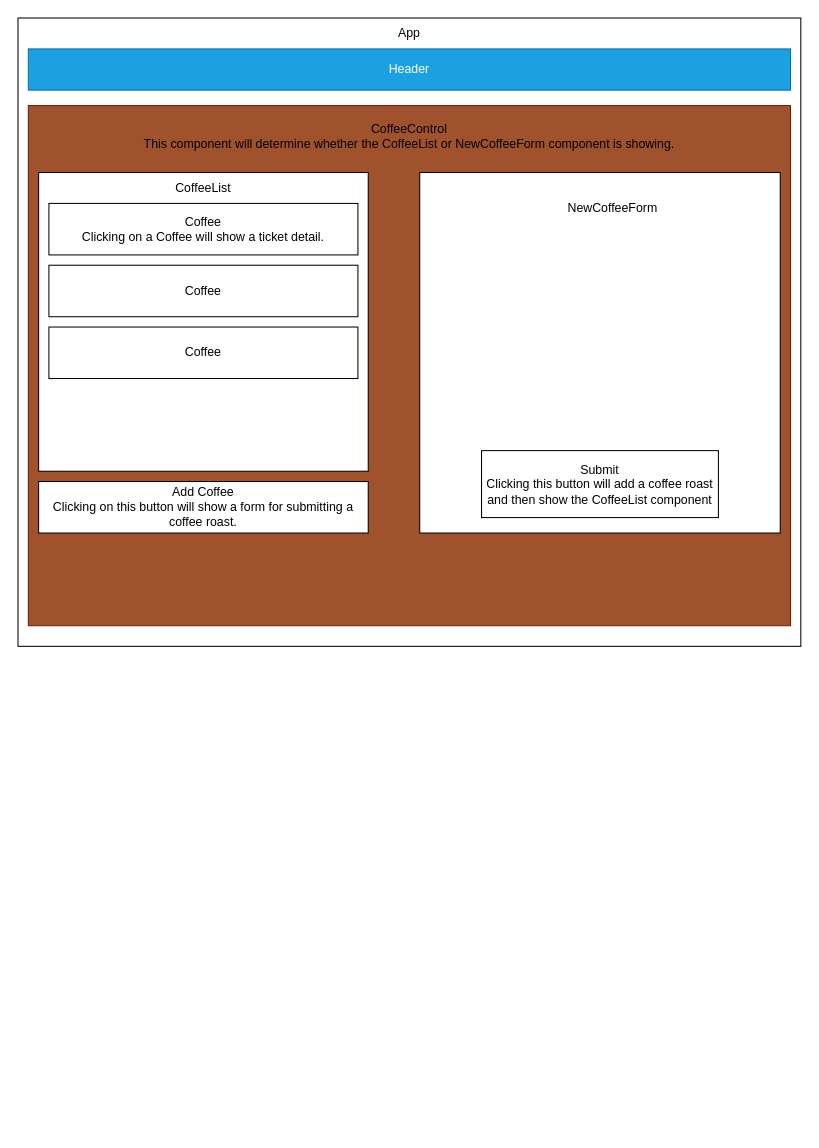
Above: appDiagram.drawio in ftolentino/inventory-tracker (draw.io), before the change. Source tidied: cells renumbered, new cells numbered last; positions are measured from the earlier drawing's top-left corner, leaving out a move shared by most shapes. Both pictures are drawn from the tidied source at 103%, with x=0, y=0 at pixel (18, 18).
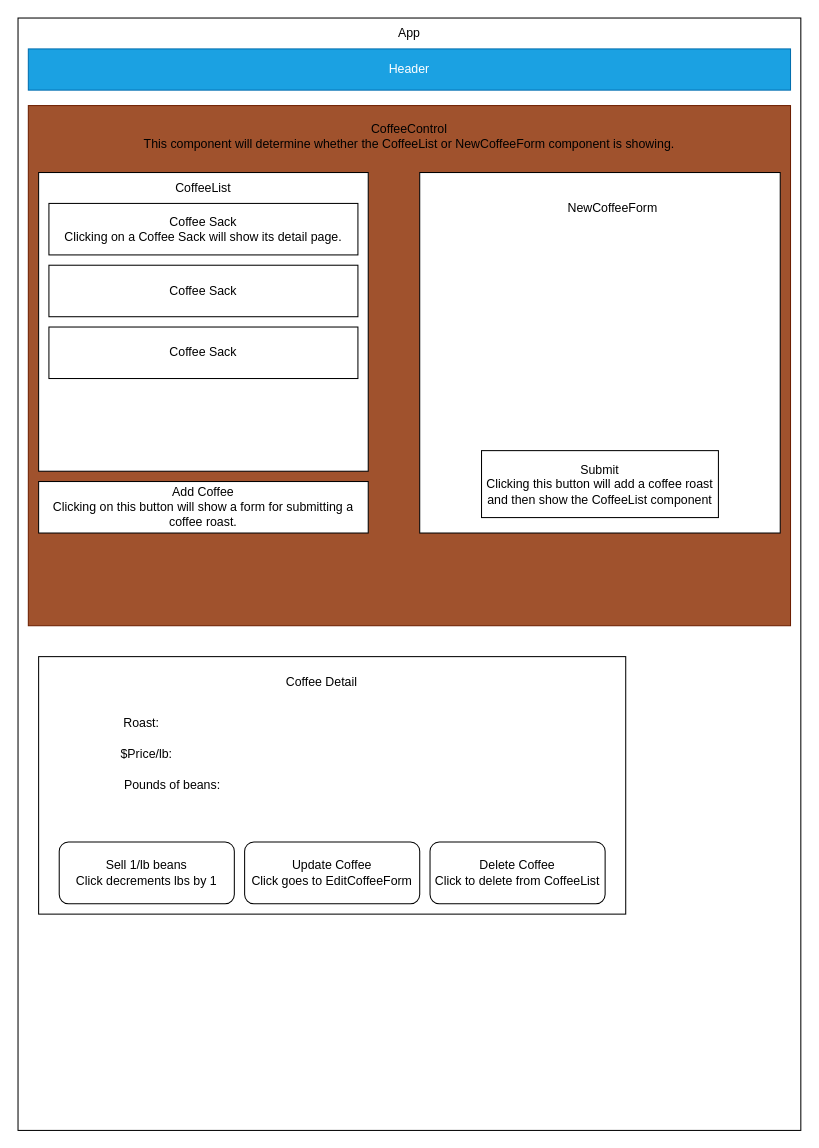
The same page after the edit.

Commit message:
Update diagram, Add CoffeeDetail

What changed in the source:
```diff
@@
     <mxCell id="3" style="rounded=0;whiteSpace=wrap;html=1;" parent="1" vertex="1">
-      <mxGeometry width="760" height="610" as="geometry" />
+      <mxGeometry width="760" height="1080" as="geometry" />
     </mxCell>
@@
-    <mxCell id="8" value="Coffee&lt;br&gt;Clicking on a Coffee will show a ticket detail." style="rounded=0;whiteSpace=wrap;html=1;" parent="1" vertex="1">
+    <mxCell id="8" value="Coffee Sack&lt;br&gt;Clicking on a Coffee Sack will show its detail page." style="rounded=0;whiteSpace=wrap;html=1;" parent="1" vertex="1">
       <mxGeometry x="30" y="180" width="300" height="50" as="geometry" />
     </mxCell>
-    <mxCell id="9" value="Coffee" style="rounded=0;whiteSpace=wrap;html=1;" parent="1" vertex="1">
+    <mxCell id="9" value="Coffee Sack" style="rounded=0;whiteSpace=wrap;html=1;" parent="1" vertex="1">
       <mxGeometry x="30" y="240" width="300" height="50" as="geometry" />
     </mxCell>
-    <mxCell id="10" value="Coffee" style="rounded=0;whiteSpace=wrap;html=1;" parent="1" vertex="1">
+    <mxCell id="10" value="Coffee Sack" style="rounded=0;whiteSpace=wrap;html=1;" parent="1" vertex="1">
       <mxGeometry x="30" y="300" width="300" height="50" as="geometry" />
     </mxCell>
@@
+    <mxCell id="17" style="rounded=0;whiteSpace=wrap;html=1;" parent="1" vertex="1">
+      <mxGeometry x="20" y="620" width="570" height="250" as="geometry" />
+    </mxCell>
+    <mxCell id="18" value="Coffee Detail" style="text;html=1;strokeColor=none;fillColor=none;align=center;verticalAlign=middle;whiteSpace=wrap;rounded=0;" parent="1" vertex="1">
+      <mxGeometry x="250" y="630" width="90" height="30" as="geometry" />
+    </mxCell>
+    <mxCell id="19" value="Update Coffee&lt;br&gt;Click goes to EditCoffeeForm" style="rounded=1;whiteSpace=wrap;html=1;" parent="1" vertex="1">
+      <mxGeometry x="220" y="800" width="170" height="60" as="geometry" />
+    </mxCell>
+    <mxCell id="20" value="Sell 1/lb beans&lt;br&gt;Click decrements lbs by 1" style="rounded=1;whiteSpace=wrap;html=1;" parent="1" vertex="1">
+      <mxGeometry x="40" y="800" width="170" height="60" as="geometry" />
+    </mxCell>
+    <mxCell id="21" value="Delete Coffee&lt;br&gt;Click to delete from CoffeeList" style="rounded=1;whiteSpace=wrap;html=1;" parent="1" vertex="1">
+      <mxGeometry x="400" y="800" width="170" height="60" as="geometry" />
+    </mxCell>
+    <mxCell id="22" value="Roast:" style="text;html=1;strokeColor=none;fillColor=none;align=center;verticalAlign=middle;whiteSpace=wrap;rounded=0;" parent="1" vertex="1">
+      <mxGeometry x="90" y="670" width="60" height="30" as="geometry" />
+    </mxCell>
+    <mxCell id="23" value="$Price/lb:" style="text;html=1;strokeColor=none;fillColor=none;align=center;verticalAlign=middle;whiteSpace=wrap;rounded=0;" parent="1" vertex="1">
+      <mxGeometry x="95" y="700" width="60" height="30" as="geometry" />
+    </mxCell>
+    <mxCell id="24" value="Pounds of beans:" style="text;html=1;strokeColor=none;fillColor=none;align=center;verticalAlign=middle;whiteSpace=wrap;rounded=0;" parent="1" vertex="1">
+      <mxGeometry x="90" y="730" width="120" height="30" as="geometry" />
+    </mxCell>
```
